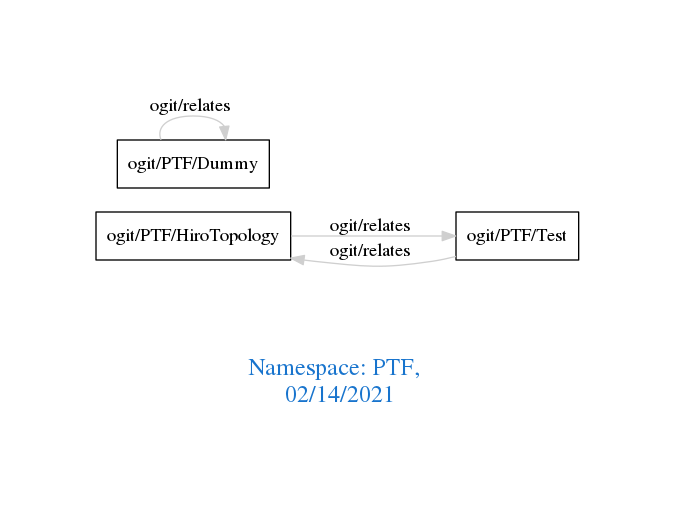
The Graphviz diagram downloads/PTF.png in arago/OGIT, before a commit. Its source is kept beside it as downloads/PTF.dot.
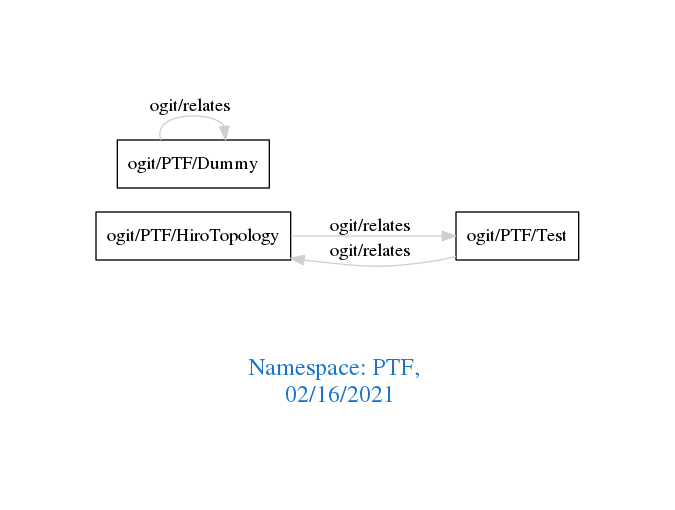
The same diagram one commit later.

The edit, as a diff of the source:
```diff
@@ -1,7 +1,7 @@
 digraph OGIT_ontology {
  graph [ rankdir= LR,pad=1
 fontsize = 18,
-fontcolor= dodgerblue3,label = "\n\n\nNamespace: PTF, \n 02/14/2021"];
+fontcolor= dodgerblue3,label = "\n\n\nNamespace: PTF, \n 02/16/2021"];
 node[shape=polygon];
 edge [  color="gray81"];
 
```
